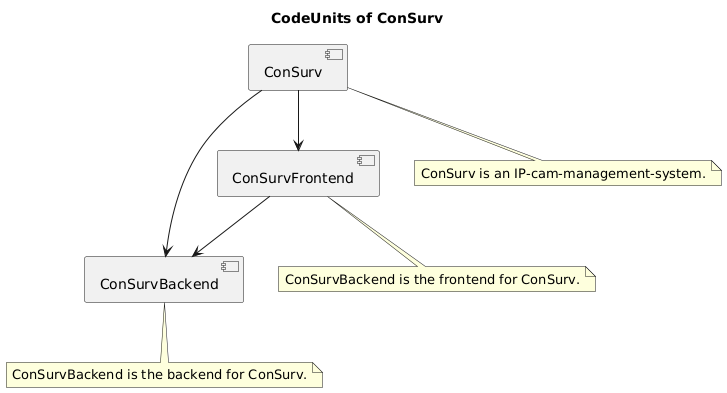
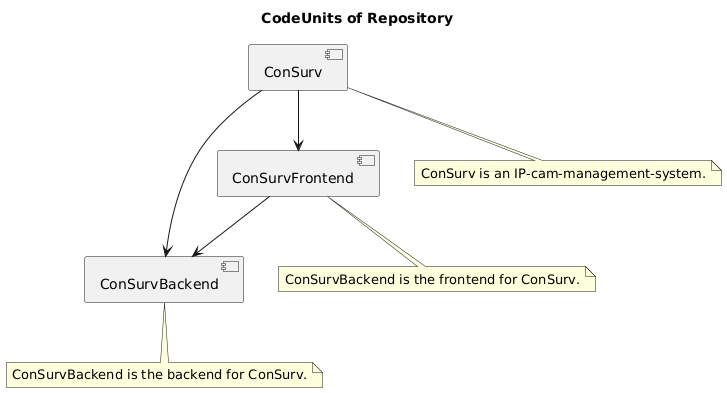
@startuml CodeUnits-Overview
skinparam defaultFontName "DejaVu Sans"
- title CodeUnits of ConSurv
+ title CodeUnits of Repository

[ConSurvBackend]
note as ConSurvBackendNote
  ConSurvBackend is the backend for ConSurv.
end note
ConSurvBackend .. ConSurvBackendNote

[ConSurvFrontend]
note as ConSurvFrontendNote
  ConSurvBackend is the frontend for ConSurv.
end note
ConSurvFrontend .. ConSurvFrontendNote

[ConSurv]
note as ConSurvNote
  ConSurv is an IP-cam-management-system.
end note
ConSurv .. ConSurvNote

ConSurvFrontend --> ConSurvBackend
ConSurv --> ConSurvBackend
ConSurv --> ConSurvFrontend

@enduml